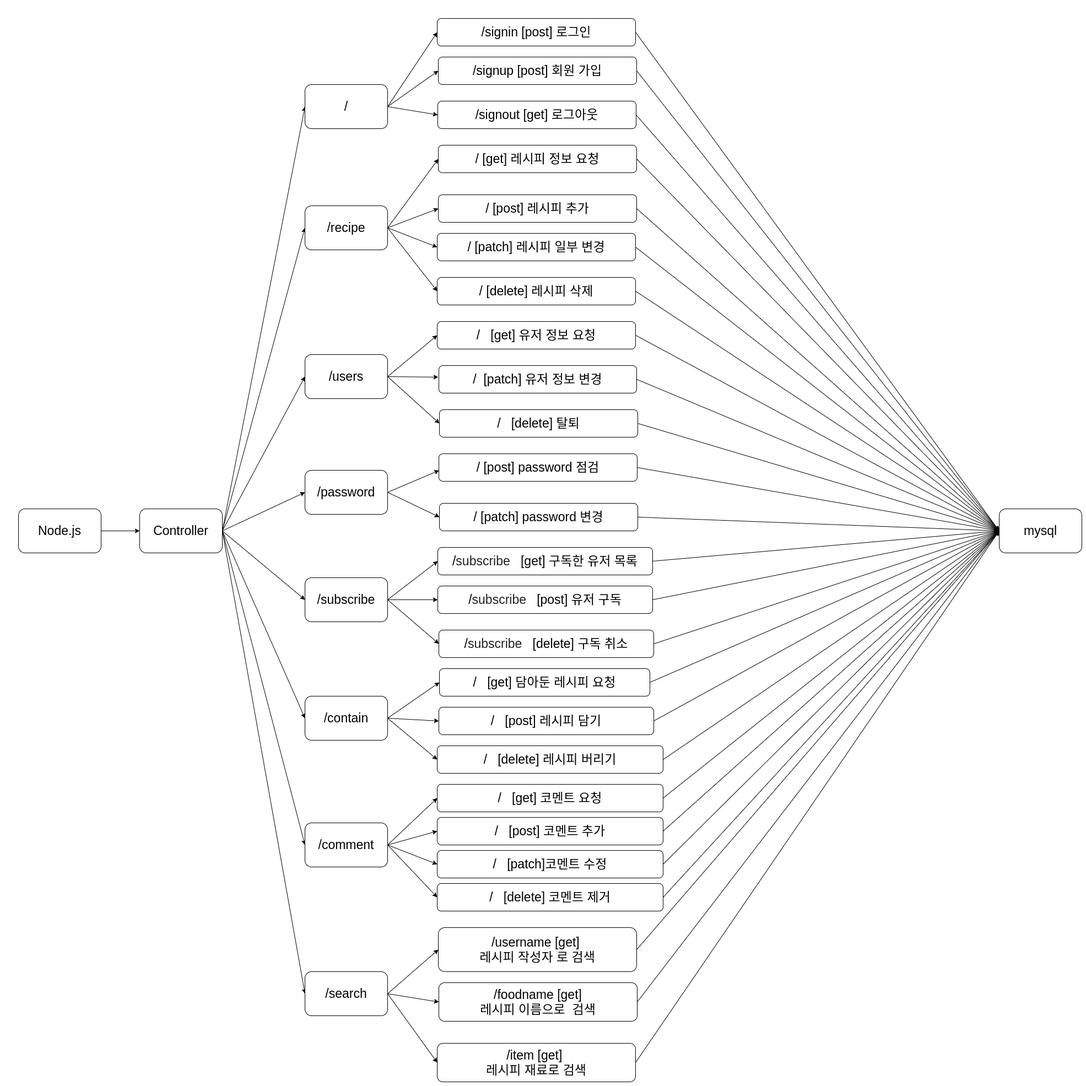
Above: images/back_flow.png in triple486/Recipe_101-client- (draw.io), before the change. Source tidied: cells renumbered, new cells last; positions are measured from the earlier drawing's top-left corner, leaving out a move shared by most shapes.
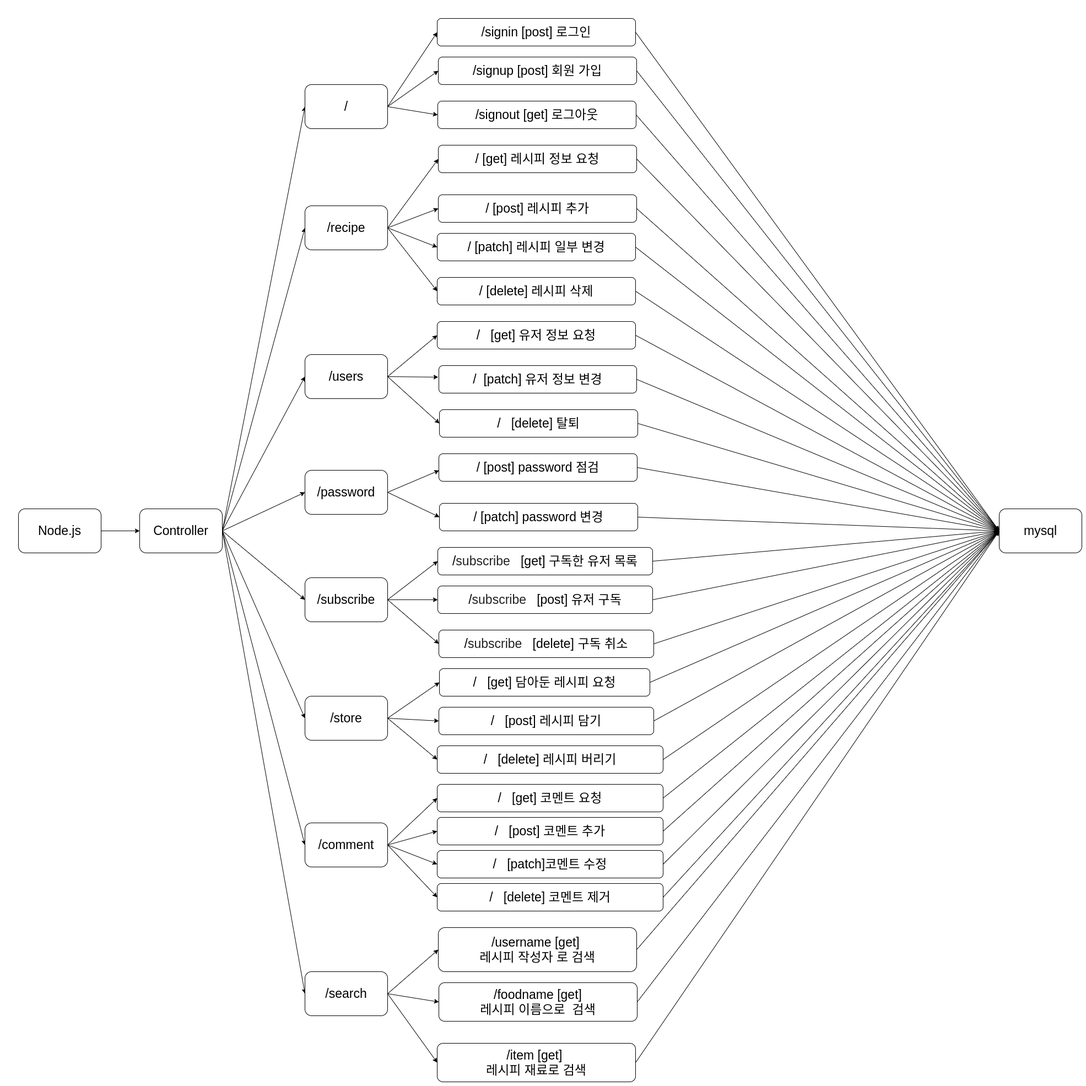
After the commit.

Change to the diagram source:
```diff
@@ -292,7 +292,7 @@
     <mxCell id="95" value="/comment" style="text;html=1;align=center;verticalAlign=middle;whiteSpace=wrap;rounded=1;strokeColor=#000000;fontSize=23;fillColor=#ffffff;" parent="1" vertex="1">
       <mxGeometry x="520" y="1460" width="150" height="80" as="geometry" />
     </mxCell>
-    <mxCell id="96" value="/contain" style="text;html=1;align=center;verticalAlign=middle;whiteSpace=wrap;rounded=1;strokeColor=#000000;fontSize=23;fillColor=#ffffff;" parent="1" vertex="1">
+    <mxCell id="96" value="/store" style="text;html=1;align=center;verticalAlign=middle;whiteSpace=wrap;rounded=1;strokeColor=#000000;fontSize=23;fillColor=#ffffff;" parent="1" vertex="1">
       <mxGeometry x="520" y="1230" width="150" height="80" as="geometry" />
     </mxCell>
     <mxCell id="97" value="/subscribe" style="text;html=1;align=center;verticalAlign=middle;whiteSpace=wrap;rounded=1;strokeColor=#000000;fontSize=23;fillColor=#ffffff;" parent="1" vertex="1">
```
